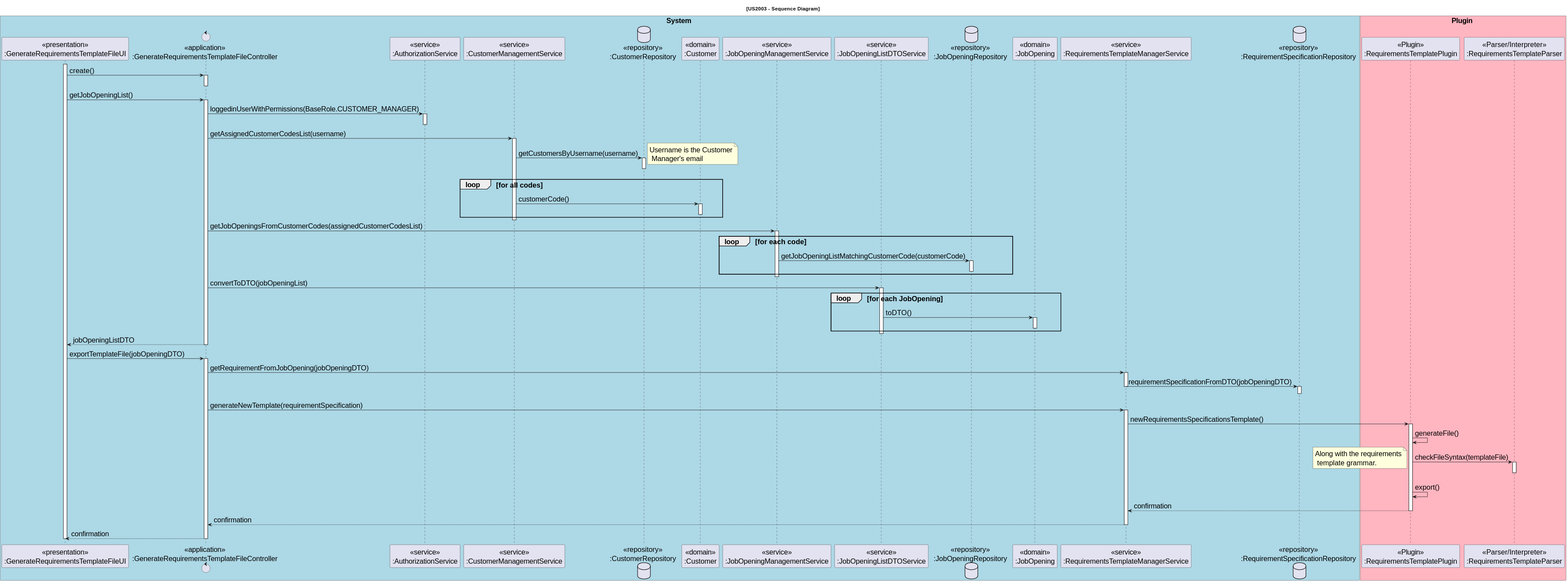
This is docs/sb_us_2003/US2003_SD/US2003_SD.svg from rita-barbosa/LAPR4-2324, a PlantUML export, as it was before one commit.
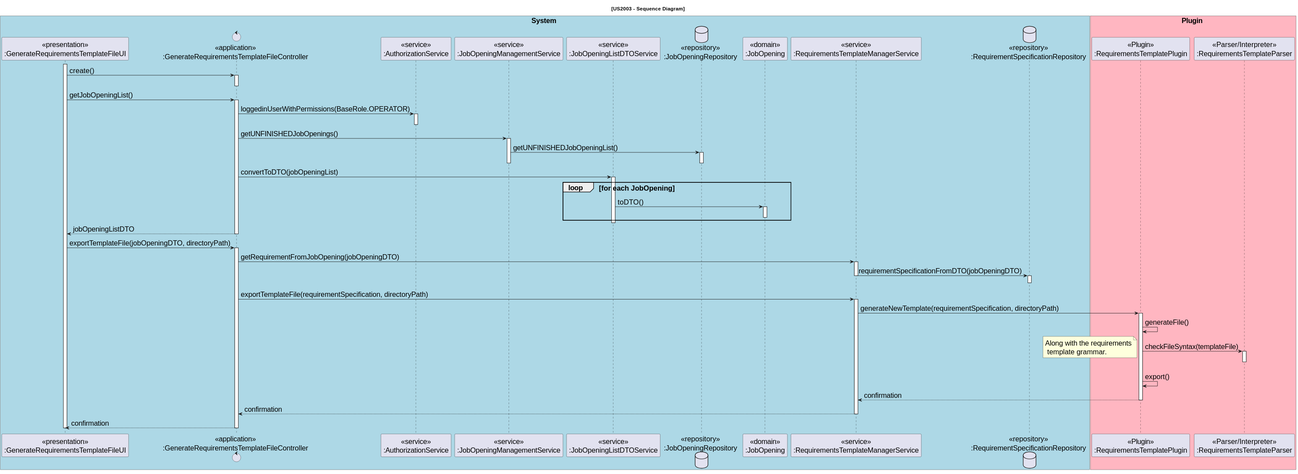
Above is the later version.

Commit message:
docs: US2003 design diagram update

Change to the diagram source:
```diff
@@ -7,9 +7,6 @@
 participant "<<presentation>>\n:GenerateRequirementsTemplateFileUI" as UI
 control "<<application>>\n:GenerateRequirementsTemplateFileController" as CTRL
 participant "<<service>>\n:AuthorizationService" as AuthSvc
-participant "<<service>>\n:CustomerManagementService" as CustomerManagement
-database "<<repository>>\n:CustomerRepository" as CustomerRepository
-participant "<<domain>>\n:Customer" as Customer
 participant "<<service>>\n:JobOpeningManagementService" as JobManagement
 participant "<<service>>\n:JobOpeningListDTOService" as JobOpeningListDTO
 database "<<repository>>\n:JobOpeningRepository" as JobOpeningRepository
@@ -33,33 +30,17 @@
 UI -> CTRL : getJobOpeningList()
 activate CTRL
 
-    CTRL -> AuthSvc : loggedinUserWithPermissions(BaseRole.CUSTOMER_MANAGER)
+    CTRL -> AuthSvc : loggedinUserWithPermissions(BaseRole.OPERATOR)
     activate AuthSvc
     deactivate AuthSvc
 
-    CTRL -> CustomerManagement : getAssignedCustomerCodesList(username)
-    activate CustomerManagement
+    CTRL -> JobManagement : getUNFINISHEDJobOpenings()
+    activate JobManagement
 
-        CustomerManagement -> CustomerRepository : getCustomersByUsername(username)
-        note right: Username is the Customer\n Manager's email
-        activate CustomerRepository
-        deactivate CustomerRepository
-
-        loop for all codes
-            CustomerManagement -> Customer : customerCode()
-            activate Customer
-            deactivate Customer
-        end loop
-
-    deactivate CustomerManagement
-
-    CTRL -> JobManagement : getJobOpeningsFromCustomerCodes(assignedCustomerCodesList)
-    activate JobManagement
-        loop for each code
-        JobManagement -> JobOpeningRepository : getJobOpeningListMatchingCustomerCode(customerCode)
+        JobManagement -> JobOpeningRepository : getUNFINISHEDJobOpeningList()
         activate JobOpeningRepository
         deactivate JobOpeningRepository
-        end loop
+
     deactivate JobManagement
 
 CTRL -> JobOpeningListDTO : convertToDTO(jobOpeningList)
@@ -75,8 +56,7 @@
 CTRL --> UI : jobOpeningListDTO
 deactivate CTRL
 
-
-UI -> CTRL : exportTemplateFile(jobOpeningDTO)
+UI -> CTRL : exportTemplateFile(jobOpeningDTO, directoryPath)
 
 activate CTRL
 
@@ -91,10 +71,10 @@
 deactivate ReqRep
 
 
-    CTRL -> Manager : generateNewTemplate(requirementSpecification)
+    CTRL -> Manager : exportTemplateFile(requirementSpecification, directoryPath)
     activate Manager
 
-        Manager -> Plugin : newRequirementsSpecificationsTemplate()
+        Manager -> Plugin : generateNewTemplate(requirementSpecification, directoryPath)
     activate Plugin
 
         Plugin -> Plugin : generateFile()
```
